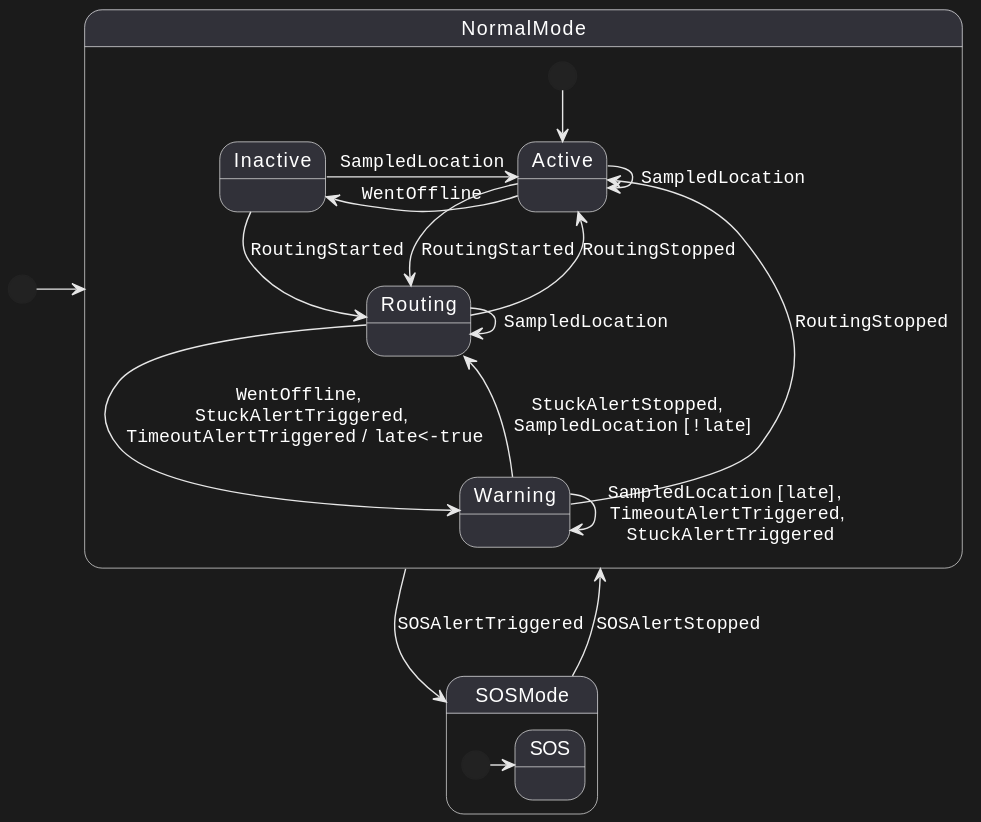
position-pal/position-pal.github.io keeps this PlantUML diagram as res/userstate-behavior-dark.svg. Above is the earlier version.
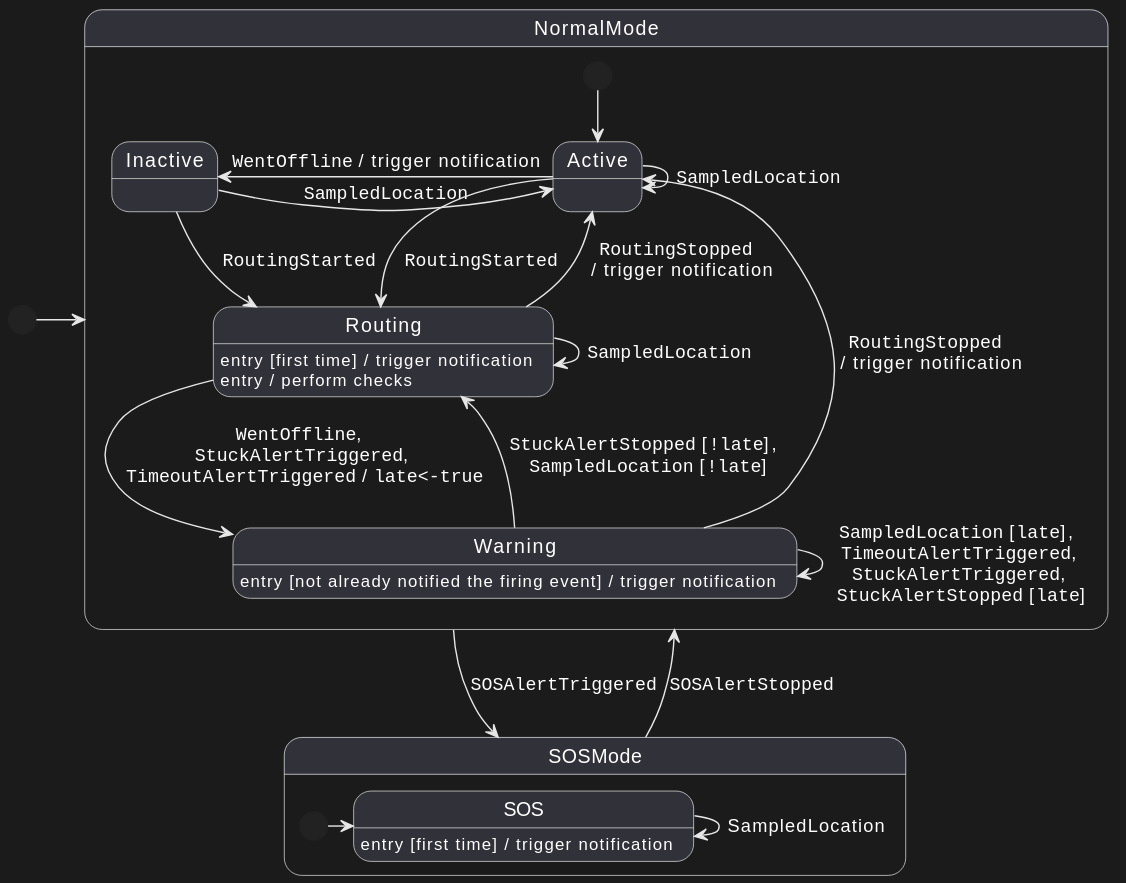
The same diagram one commit later.

Change to the diagram source:
```diff
@@ -5,22 +5,27 @@
     [*] --> Active
     Active --> Active : ""SampledLocation""
 
-    Active -left-> Inactive : ""WentOffline""
+    Active -left-> Inactive : ""WentOffline"" / trigger notification
     Inactive -right-> Active : ""SampledLocation""
 
+    Routing : entry [first time] / trigger notification
+    Routing : entry / perform checks
     Active -down-> Routing : ""RoutingStarted""
-    Routing -up-> Active : ""RoutingStopped""
+    Routing -up-> Active : ""RoutingStopped"" \n / trigger notification
     Inactive --> Routing : ""RoutingStarted""
     Routing -> Routing : ""SampledLocation""
 
+    Warning : entry [not already notified the firing event] / trigger notification
     Routing --> Warning : ""WentOffline"", \n ""StuckAlertTriggered"", \n ""TimeoutAlertTriggered"" / ""late<-true""
-    Warning -up-> Routing : ""StuckAlertStopped"", \n ""SampledLocation"" [""!late""]
-    Warning -up-> Active : ""RoutingStopped""
-    Warning -> Warning : ""SampledLocation"" [""late""], \n ""TimeoutAlertTriggered"", \n ""StuckAlertTriggered""
+    Warning -up-> Routing : ""StuckAlertStopped"" [""!late""], \n ""SampledLocation"" [""!late""]
+    Warning -up-> Active : ""RoutingStopped"" \n / trigger notification
+    Warning -> Warning : ""SampledLocation"" [""late""], \n ""TimeoutAlertTriggered"", \n ""StuckAlertTriggered"", \n ""StuckAlertStopped"" [""late""]
 }
 
 state SOSMode {
     [*] -> SOS
+    SOS : entry [first time] / trigger notification
+    SOS --> SOS : SampledLocation
 }
 
 NormalMode --> SOSMode : ""SOSAlertTriggered""
```
